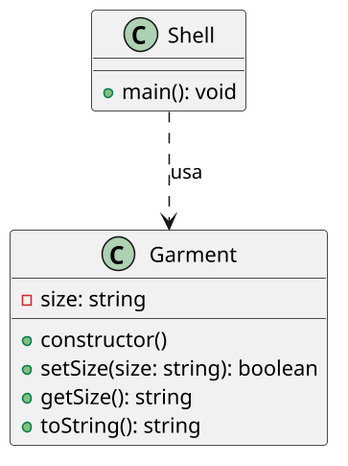
Before: labs/roupa/assets/diagrama.png, a diagram exported from PlantUML (qxcodepoo/arcade).
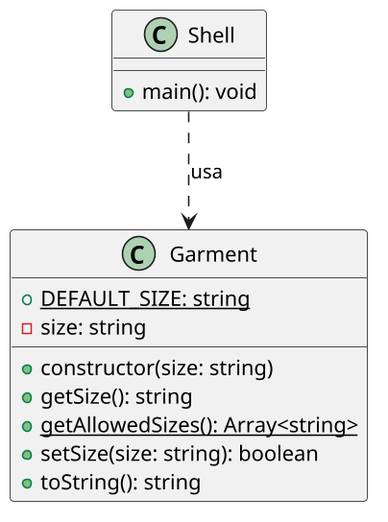
After the commit.

Change to the diagram source:
```diff
@@ -4,11 +4,13 @@
 skinparam dpi 150
 
 class Garment {
+  {static} + DEFAULT_SIZE: string
   - size: string
   __
-  + constructor()
+  + constructor(size: string)
+  + getSize(): string
+  {static} + getAllowedSizes(): Array<string>
   + setSize(size: string): boolean
-  + getSize(): string
   + toString(): string
 }
 
```
